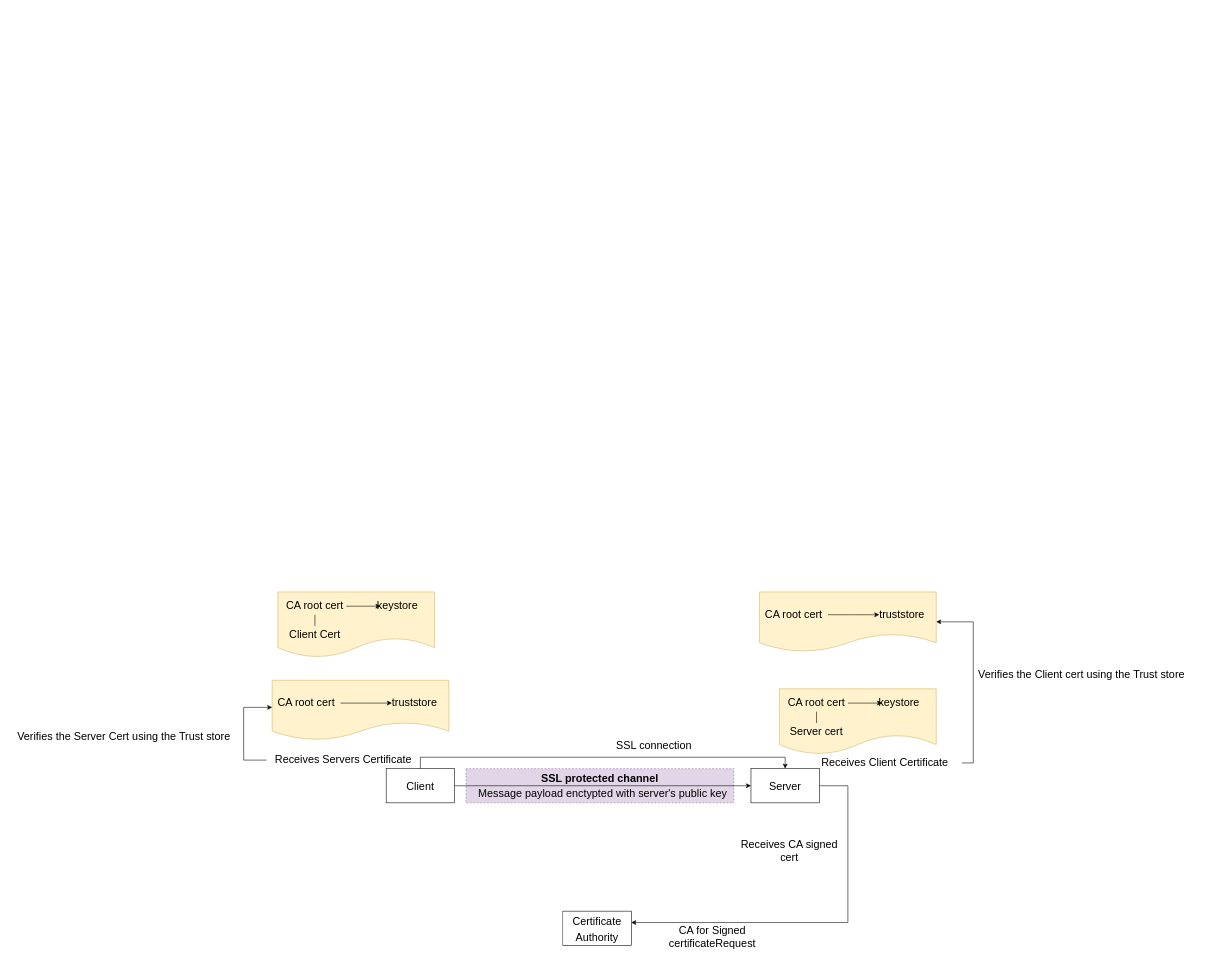
The draw.io diagram page "SSL" (17 of 18) of Drawings/Kafka.drawio in sreedharsingaraju/KafkaTutorials, before the edit. Source tidied: cells renumbered, new cells numbered last; positions are measured from the earlier drawing's top-left corner, leaving out a move shared by most shapes. Both pictures are drawn from the tidied source at 57%, with x=0, y=0 at pixel (10, 592).
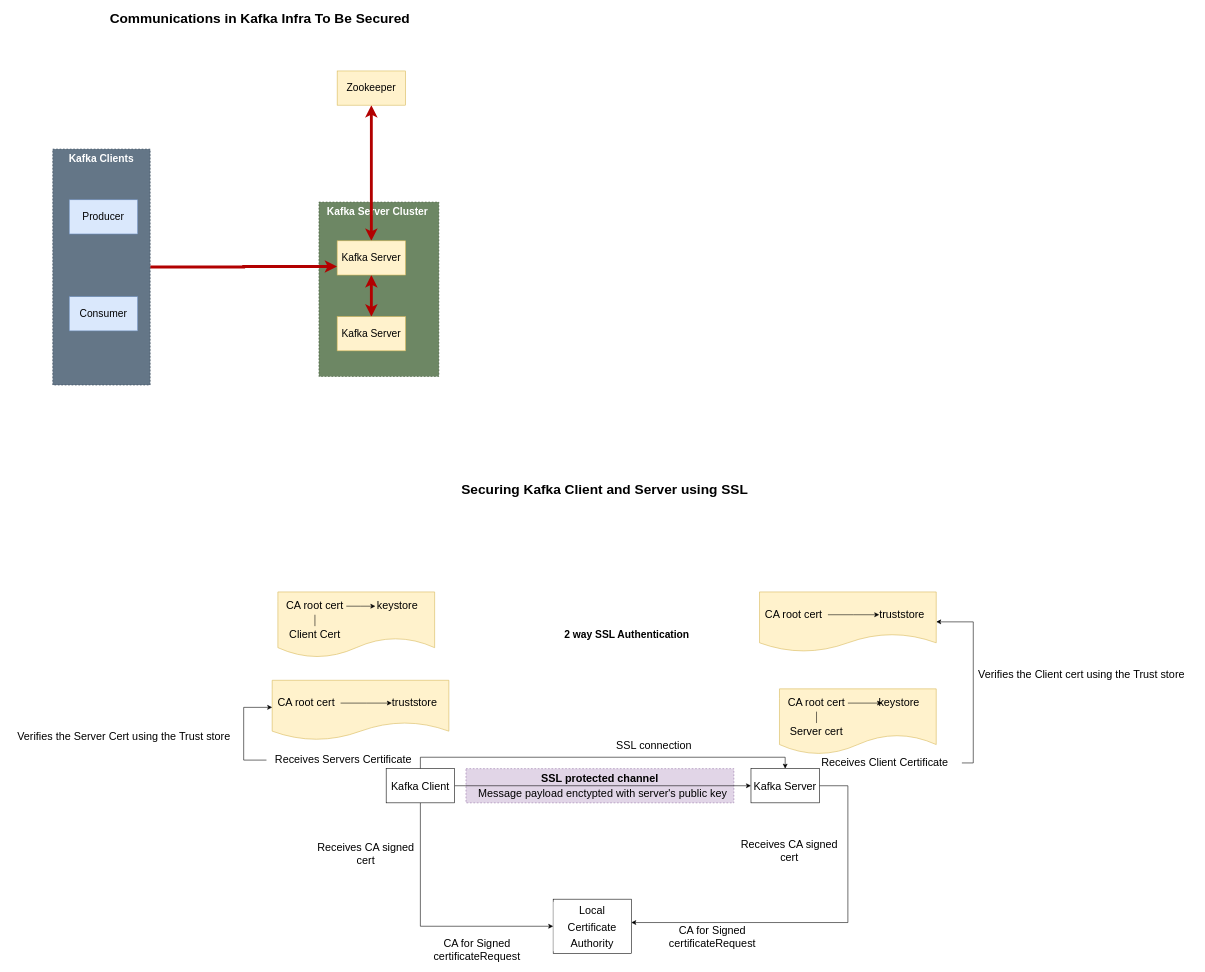
After the change.

Unchanged cells that the change refers to:
```xml
<mxCell id="26" value="keystore" style="text;html=1;strokeColor=none;fillColor=none;align=center;verticalAlign=middle;whiteSpace=wrap;rounded=0;labelBackgroundColor=none;fontSize=19;" parent="1" vertex="1">
  <mxGeometry x="650" y="10" width="60" height="30" as="geometry" />
</mxCell>
<mxCell id="28" value="CA root cert" style="text;html=1;strokeColor=none;fillColor=none;align=center;verticalAlign=middle;whiteSpace=wrap;rounded=0;labelBackgroundColor=none;fontSize=19;" parent="1" vertex="1">
  <mxGeometry x="480" y="10" width="110" height="30" as="geometry" />
</mxCell>
```

Change to the diagram source:
```diff
@@
+    <mxCell id="39" value="&lt;b&gt;Kafka Server Cluster&amp;nbsp;&lt;/b&gt;" style="rounded=0;whiteSpace=wrap;html=1;dashed=1;fontSize=18;fillColor=#6d8764;fontColor=#ffffff;strokeColor=#3A5431;verticalAlign=top;" parent="1" vertex="1">
+      <mxGeometry x="542" y="-684" width="210.5" height="306" as="geometry" />
+    </mxCell>
+    <mxCell id="40" style="edgeStyle=orthogonalEdgeStyle;rounded=0;jettySize=auto;html=1;exitX=1;exitY=0.5;exitDx=0;exitDy=0;entryX=0;entryY=0.75;entryDx=0;entryDy=0;fontSize=18;strokeWidth=5;fillColor=#e51400;strokeColor=#B20000;" parent="1" edge="1" source="41" target="46">
+      <mxGeometry relative="1" as="geometry" />
+    </mxCell>
+    <mxCell id="41" value="&lt;b&gt;Kafka Clients&lt;/b&gt;" style="rounded=0;whiteSpace=wrap;html=1;fontSize=18;dashed=1;fillColor=#647687;fontColor=#ffffff;strokeColor=#314354;verticalAlign=top;" parent="1" vertex="1">
+      <mxGeometry x="75" y="-777" width="171" height="414" as="geometry" />
+    </mxCell>
@@
+    <mxCell id="42" style="edgeStyle=orthogonalEdgeStyle;rounded=0;jettySize=auto;html=1;entryX=0;entryY=0.5;entryDx=0;entryDy=0;strokeWidth=1;fontSize=18;startArrow=none;startFill=0;" parent="1" edge="1" source="7" target="10">
+      <mxGeometry relative="1" as="geometry">
+        <Array as="points">
+          <mxPoint x="720" y="587" />
+        </Array>
+      </mxGeometry>
+    </mxCell>
-    <mxCell id="7" value="&lt;font style=&quot;font-size: 19px;&quot;&gt;Client&lt;/font&gt;" style="rounded=0;whiteSpace=wrap;html=1;labelBackgroundColor=#FFFFFF;fontSize=24;fillColor=#FFFFFF;" parent="1" vertex="1">
+    <mxCell id="7" value="&lt;font style=&quot;font-size: 19px;&quot;&gt;Kafka Client&lt;/font&gt;" style="rounded=0;whiteSpace=wrap;html=1;labelBackgroundColor=#FFFFFF;fontSize=24;fillColor=#FFFFFF;" parent="1" vertex="1">
       <mxGeometry x="660" y="310" width="120" height="60" as="geometry" />
     </mxCell>
@@
-    <mxCell id="9" value="&lt;font style=&quot;font-size: 19px;&quot;&gt;Server&lt;/font&gt;" style="rounded=0;whiteSpace=wrap;html=1;labelBackgroundColor=#FFFFFF;fontSize=24;fillColor=#FFFFFF;" parent="1" vertex="1">
+    <mxCell id="9" value="&lt;font style=&quot;font-size: 19px;&quot;&gt;Kafka Server&lt;/font&gt;" style="rounded=0;whiteSpace=wrap;html=1;labelBackgroundColor=#FFFFFF;fontSize=24;fillColor=#FFFFFF;" parent="1" vertex="1">
       <mxGeometry x="1300" y="310" width="120" height="60" as="geometry" />
     </mxCell>
-    <mxCell id="10" value="&lt;font style=&quot;font-size: 19px;&quot;&gt;Certificate Authority&lt;/font&gt;" style="rounded=0;whiteSpace=wrap;html=1;labelBackgroundColor=#FFFFFF;fontSize=24;fillColor=#FFFFFF;" parent="1" vertex="1">
-      <mxGeometry x="970" y="560" width="120" height="60" as="geometry" />
+    <mxCell id="10" value="&lt;font style=&quot;font-size: 19px;&quot;&gt;Local Certificate Authority&lt;/font&gt;" style="rounded=0;whiteSpace=wrap;html=1;labelBackgroundColor=#FFFFFF;fontSize=24;fillColor=#FFFFFF;" parent="1" vertex="1">
+      <mxGeometry x="953" y="539" width="137" height="95" as="geometry" />
     </mxCell>
@@
-    <mxCell id="27" style="edgeStyle=orthogonalEdgeStyle;rounded=0;jettySize=auto;html=1;entryX=0;entryY=0.5;entryDx=0;entryDy=0;strokeColor=#000000;fontSize=19;endArrow=classic;endFill=1;" parent="1" edge="1" source="28" target="26">
-      <mxGeometry relative="1" as="geometry" />
+    <mxCell id="27" style="edgeStyle=orthogonalEdgeStyle;rounded=0;jettySize=auto;html=1;strokeColor=#000000;fontSize=19;endArrow=classic;endFill=1;" parent="1" edge="1" source="28">
+      <mxGeometry relative="1" as="geometry">
+        <mxPoint x="641" y="25" as="targetPoint" />
+      </mxGeometry>
     </mxCell>
@@
+    <mxCell id="43" style="edgeStyle=orthogonalEdgeStyle;rounded=0;jettySize=auto;html=1;entryX=0.5;entryY=0;entryDx=0;entryDy=0;fontSize=18;fillColor=#e51400;strokeColor=#B20000;strokeWidth=5;startArrow=classic;startFill=1;" parent="1" edge="1" source="44" target="46">
+      <mxGeometry relative="1" as="geometry" />
+    </mxCell>
+    <mxCell id="44" value="Zookeeper" style="rounded=0;whiteSpace=wrap;html=1;fontSize=18;fillColor=#fff2cc;strokeColor=#d6b656;" parent="1" vertex="1">
+      <mxGeometry x="574" y="-914" width="120" height="60" as="geometry" />
+    </mxCell>
+    <mxCell id="45" style="edgeStyle=orthogonalEdgeStyle;rounded=0;jettySize=auto;html=1;exitX=0.5;exitY=1;exitDx=0;exitDy=0;entryX=0.5;entryY=0;entryDx=0;entryDy=0;fontSize=18;strokeWidth=5;fillColor=#e51400;strokeColor=#B20000;startArrow=classic;startFill=1;" parent="1" edge="1" source="46" target="49">
+      <mxGeometry relative="1" as="geometry" />
+    </mxCell>
+    <mxCell id="46" value="Kafka Server" style="rounded=0;whiteSpace=wrap;html=1;fontSize=18;fillColor=#fff2cc;strokeColor=#d6b656;" parent="1" vertex="1">
+      <mxGeometry x="574" y="-616" width="120" height="60" as="geometry" />
+    </mxCell>
+    <mxCell id="47" value="Producer" style="rounded=0;whiteSpace=wrap;html=1;fontSize=18;fillColor=#dae8fc;strokeColor=#6c8ebf;" parent="1" vertex="1">
+      <mxGeometry x="104" y="-688" width="120" height="60" as="geometry" />
+    </mxCell>
+    <mxCell id="48" value="Consumer" style="rounded=0;whiteSpace=wrap;html=1;fontSize=18;fillColor=#dae8fc;strokeColor=#6c8ebf;" parent="1" vertex="1">
+      <mxGeometry x="104" y="-518" width="120" height="60" as="geometry" />
+    </mxCell>
+    <mxCell id="49" value="Kafka Server" style="rounded=0;whiteSpace=wrap;html=1;fontSize=18;fillColor=#fff2cc;strokeColor=#d6b656;" parent="1" vertex="1">
+      <mxGeometry x="574" y="-483" width="120" height="60" as="geometry" />
+    </mxCell>
+    <mxCell id="50" value="&lt;b&gt;&lt;font style=&quot;font-size: 24px;&quot;&gt;Communications in Kafka Infra To Be Secured&lt;/font&gt;&lt;/b&gt;" style="text;html=1;strokeColor=none;fillColor=none;align=center;verticalAlign=middle;whiteSpace=wrap;rounded=0;dashed=1;fontSize=18;" parent="1" vertex="1">
+      <mxGeometry x="122" y="-1021" width="633" height="30" as="geometry" />
+    </mxCell>
+    <mxCell id="51" value="&lt;span style=&quot;font-size: 24px;&quot;&gt;&lt;b&gt;Securing Kafka Client and Server using SSL&lt;/b&gt;&lt;/span&gt;" style="text;html=1;strokeColor=none;fillColor=none;align=center;verticalAlign=middle;whiteSpace=wrap;rounded=0;dashed=1;fontSize=18;" parent="1" vertex="1">
+      <mxGeometry x="727" y="-194" width="633" height="30" as="geometry" />
+    </mxCell>
+    <mxCell id="52" value="&lt;b&gt;2 way SSL Authentication&lt;/b&gt;" style="text;html=1;strokeColor=none;fillColor=none;align=center;verticalAlign=middle;whiteSpace=wrap;rounded=0;dashed=1;labelBackgroundColor=none;fontSize=18;" parent="1" vertex="1">
+      <mxGeometry x="965" y="60" width="235" height="30" as="geometry" />
+    </mxCell>
+    <mxCell id="53" value="CA for Signed certificateRequest" style="text;html=1;strokeColor=none;fillColor=none;align=center;verticalAlign=middle;whiteSpace=wrap;rounded=0;labelBackgroundColor=#FFFFFF;fontSize=19;" parent="1" vertex="1">
+      <mxGeometry x="717" y="613" width="205" height="30" as="geometry" />
+    </mxCell>
+    <mxCell id="54" value="Receives CA signed cert" style="text;html=1;strokeColor=none;fillColor=none;align=center;verticalAlign=middle;whiteSpace=wrap;rounded=0;labelBackgroundColor=none;fontSize=19;" parent="1" vertex="1">
+      <mxGeometry x="522" y="445" width="205" height="30" as="geometry" />
+    </mxCell>
```
